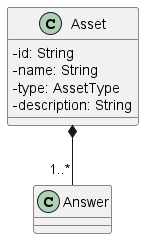
Before: src/PB/DocumentazioneEsterna/Specifica_Tecnica/content/uml/png/CreateAsset/Asset.png, a diagram exported from PlantUML (GroupRubberDuck/Documentazione).
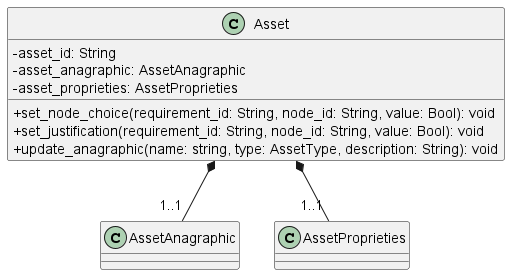
Above is the later version.

The edit, as a diff of the source:
```diff
@@ -1,14 +1,15 @@
 @startuml Asset
-skinparam linetype ortho
 skinparam classAttributeIconSize 0
-
 class Asset {
-    - id: String
-    - name: String
-    - type: AssetType
-    - description: String
+    - asset_id: String
+    - asset_anagraphic: AssetAnagraphic
+    - asset_proprieties: AssetProprieties
+    + set_node_choice(requirement_id: String, node_id: String, value: Bool): void
+    + set_justification(requirement_id: String, node_id: String, value: Bool): void
+    + update_anagraphic(name: string, type: AssetType, description: String): void
 }
 
-Asset *-- "1..*" Answer
+Asset *-- "1..1" AssetAnagraphic
+Asset *-- "1..1" AssetProprieties
 
 @enduml
```
